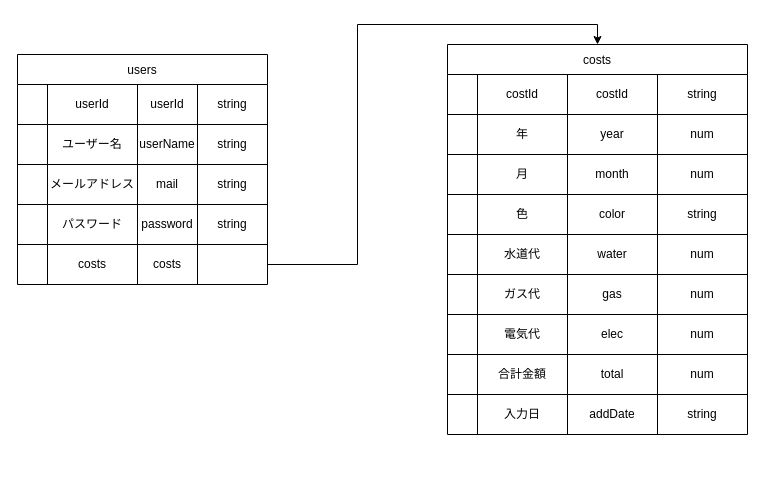
kondo-riyo/ucapp-node-mysql keeps this draw.io diagram as public/database.drawio. Above is the earlier version. Source tidied: cells renumbered, new cells numbered last; positions are measured from the earlier drawing's top-left corner, leaving out a move shared by most shapes. Both pictures are drawn from the tidied source at 100%, with x=0, y=0 at pixel (17, 44).
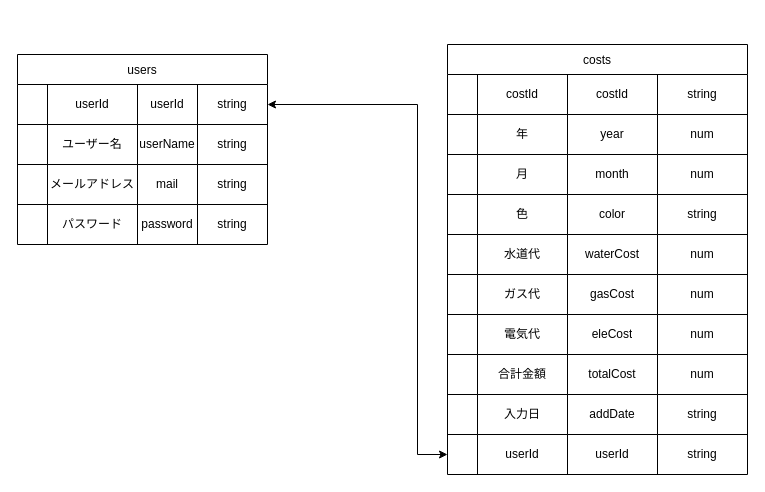
The same page after the edit.

Unchanged cells that the change refers to:
```xml
<mxCell id="3" style="shape=partialRectangle;fillColor=none;top=0;left=0;bottom=0;right=0;points=[[0,0.5],[1,0.5]];portConstraint=eastwest;" parent="2" vertex="1">
  <mxGeometry y="30" width="250" height="40" as="geometry" />
</mxCell>
<mxCell id="49" style="shape=partialRectangle;fillColor=none;top=0;left=0;bottom=0;right=0;" parent="28" vertex="1">
  <mxGeometry y="190" width="300" height="40" as="geometry" />
</mxCell>
<mxCell id="54" style="shape=partialRectangle;fillColor=none;top=0;left=0;bottom=0;right=0;" parent="28" vertex="1">
  <mxGeometry y="230" width="300" height="40" as="geometry" />
</mxCell>
<mxCell id="59" style="shape=partialRectangle;fillColor=none;top=0;left=0;bottom=0;right=0;" parent="28" vertex="1">
  <mxGeometry y="270" width="300" height="40" as="geometry" />
</mxCell>
<mxCell id="64" style="shape=partialRectangle;fillColor=none;top=0;left=0;bottom=0;right=0;" parent="28" vertex="1">
  <mxGeometry y="310" width="300" height="40" as="geometry" />
</mxCell>
```

Change to the diagram source:
```diff
@@
     <mxCell id="2" value="users" style="shape=table;startSize=30;childLayout=tableLayout;" parent="1" vertex="1">
-      <mxGeometry y="10" width="250" height="230" as="geometry" />
+      <mxGeometry y="10" width="250" height="190" as="geometry" />
     </mxCell>
@@
-    <mxCell id="23" style="shape=partialRectangle;fillColor=none;top=0;left=0;bottom=0;right=0;points=[[0,0.5],[1,0.5]];portConstraint=eastwest;" parent="2" vertex="1">
-      <mxGeometry y="190" width="250" height="40" as="geometry" />
-    </mxCell>
-    <mxCell id="24" style="shape=partialRectangle;html=1;whiteSpace=wrap;overflow=hidden;fillColor=none;top=0;left=0;bottom=0;right=0;" parent="23" vertex="1">
-      <mxGeometry width="30" height="40" as="geometry" />
-    </mxCell>
-    <mxCell id="25" value="costs" style="shape=partialRectangle;html=1;whiteSpace=wrap;overflow=hidden;fillColor=none;top=0;left=0;bottom=0;right=0;" parent="23" vertex="1">
-      <mxGeometry x="30" width="90" height="40" as="geometry" />
-    </mxCell>
-    <mxCell id="26" value="costs" style="shape=partialRectangle;html=1;whiteSpace=wrap;overflow=hidden;fillColor=none;top=0;left=0;bottom=0;right=0;" parent="23" vertex="1">
-      <mxGeometry x="120" width="60" height="40" as="geometry" />
-    </mxCell>
-    <mxCell id="27" style="shape=partialRectangle;html=1;whiteSpace=wrap;overflow=hidden;fillColor=none;top=0;left=0;bottom=0;right=0;" parent="23" vertex="1">
-      <mxGeometry x="180" width="70" height="40" as="geometry" />
-    </mxCell>
     <mxCell id="28" value="costs" style="shape=table;startSize=30;childLayout=tableLayout;" parent="1" vertex="1">
-      <mxGeometry x="430" width="300" height="390" as="geometry" />
+      <mxGeometry x="430" width="300" height="430" as="geometry" />
     </mxCell>
@@
-    <mxCell id="52" value="water" style="shape=partialRectangle;html=1;whiteSpace=wrap;overflow=hidden;fillColor=none;top=0;left=0;bottom=0;right=0;" parent="49" vertex="1">
+    <mxCell id="52" value="waterCost" style="shape=partialRectangle;html=1;whiteSpace=wrap;overflow=hidden;fillColor=none;top=0;left=0;bottom=0;right=0;" parent="49" vertex="1">
       <mxGeometry x="120" width="90" height="40" as="geometry" />
     </mxCell>
@@
-    <mxCell id="57" value="gas" style="shape=partialRectangle;html=1;whiteSpace=wrap;overflow=hidden;fillColor=none;top=0;left=0;bottom=0;right=0;" parent="54" vertex="1">
+    <mxCell id="57" value="gasCost" style="shape=partialRectangle;html=1;whiteSpace=wrap;overflow=hidden;fillColor=none;top=0;left=0;bottom=0;right=0;" parent="54" vertex="1">
       <mxGeometry x="120" width="90" height="40" as="geometry" />
     </mxCell>
@@
-    <mxCell id="62" value="elec" style="shape=partialRectangle;html=1;whiteSpace=wrap;overflow=hidden;fillColor=none;top=0;left=0;bottom=0;right=0;" parent="59" vertex="1">
+    <mxCell id="62" value="eleCost" style="shape=partialRectangle;html=1;whiteSpace=wrap;overflow=hidden;fillColor=none;top=0;left=0;bottom=0;right=0;" parent="59" vertex="1">
       <mxGeometry x="120" width="90" height="40" as="geometry" />
     </mxCell>
@@
-    <mxCell id="67" value="total" style="shape=partialRectangle;html=1;whiteSpace=wrap;overflow=hidden;fillColor=none;top=0;left=0;bottom=0;right=0;" parent="64" vertex="1">
+    <mxCell id="67" value="totalCost" style="shape=partialRectangle;html=1;whiteSpace=wrap;overflow=hidden;fillColor=none;top=0;left=0;bottom=0;right=0;" parent="64" vertex="1">
       <mxGeometry x="120" width="90" height="40" as="geometry" />
     </mxCell>
@@
+    <mxCell id="75" style="shape=partialRectangle;fillColor=none;top=0;left=0;bottom=0;right=0;points=[[0,0.5],[1,0.5]];portConstraint=eastwest;" parent="28" vertex="1">
+      <mxGeometry y="390" width="300" height="40" as="geometry" />
+    </mxCell>
+    <mxCell id="24" style="shape=partialRectangle;html=1;whiteSpace=wrap;overflow=hidden;fillColor=none;top=0;left=0;bottom=0;right=0;" parent="75" vertex="1">
+      <mxGeometry width="30" height="40" as="geometry" />
+    </mxCell>
+    <mxCell id="76" value="userId" style="shape=partialRectangle;html=1;whiteSpace=wrap;overflow=hidden;fillColor=none;top=0;left=0;bottom=0;right=0;" parent="75" vertex="1">
+      <mxGeometry x="30" width="90" height="40" as="geometry" />
+    </mxCell>
+    <mxCell id="77" value="userId" style="shape=partialRectangle;html=1;whiteSpace=wrap;overflow=hidden;fillColor=none;top=0;left=0;bottom=0;right=0;" parent="75" vertex="1">
+      <mxGeometry x="120" width="90" height="40" as="geometry" />
+    </mxCell>
+    <mxCell id="78" value="string" style="shape=partialRectangle;html=1;whiteSpace=wrap;overflow=hidden;fillColor=none;top=0;left=0;bottom=0;right=0;" parent="75" vertex="1">
+      <mxGeometry x="210" width="90" height="40" as="geometry" />
+    </mxCell>
-    <mxCell id="74" style="edgeStyle=orthogonalEdgeStyle;rounded=0;jettySize=auto;html=1;exitX=1;exitY=0.5;exitDx=0;exitDy=0;entryX=0.5;entryY=0;entryDx=0;entryDy=0;" parent="1" edge="1" source="23" target="28">
-      <mxGeometry relative="1" as="geometry" />
+    <mxCell id="74" style="edgeStyle=orthogonalEdgeStyle;rounded=0;jettySize=auto;html=1;exitX=1;exitY=0.5;exitDx=0;exitDy=0;entryX=0;entryY=0.5;entryDx=0;entryDy=0;startArrow=classic;startFill=1;" parent="1" edge="1" source="3" target="75">
+      <mxGeometry relative="1" as="geometry">
+        <Array as="points">
+          <mxPoint x="400" y="60" />
+          <mxPoint x="400" y="410" />
+        </Array>
+      </mxGeometry>
     </mxCell>
```
